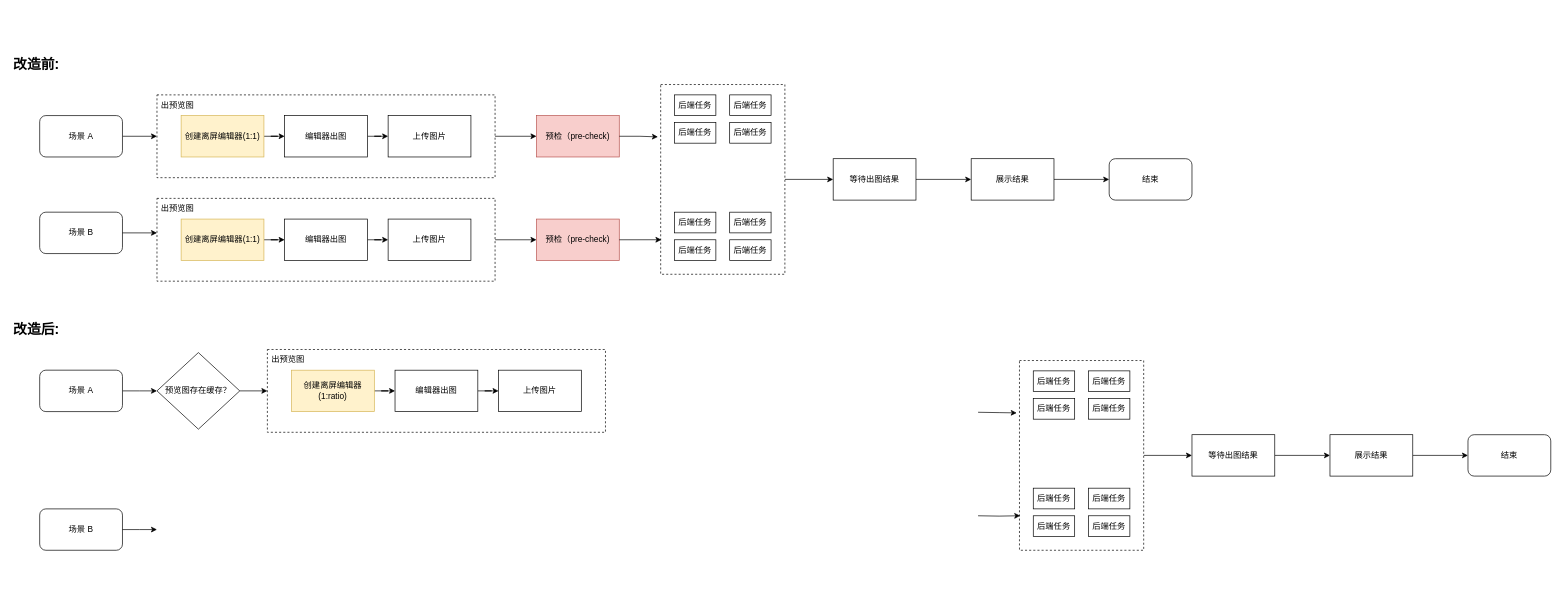
Above: worker/ai 背景图性能优化.drawio in TNT-Likely/diagrams (draw.io), before the change. Source tidied: cells renumbered, new cells numbered last; positions are measured from the earlier drawing's top-left corner, leaving out a move shared by most shapes. Both pictures are drawn from the tidied source at 69%, with x=0, y=0 at pixel (12, 53).
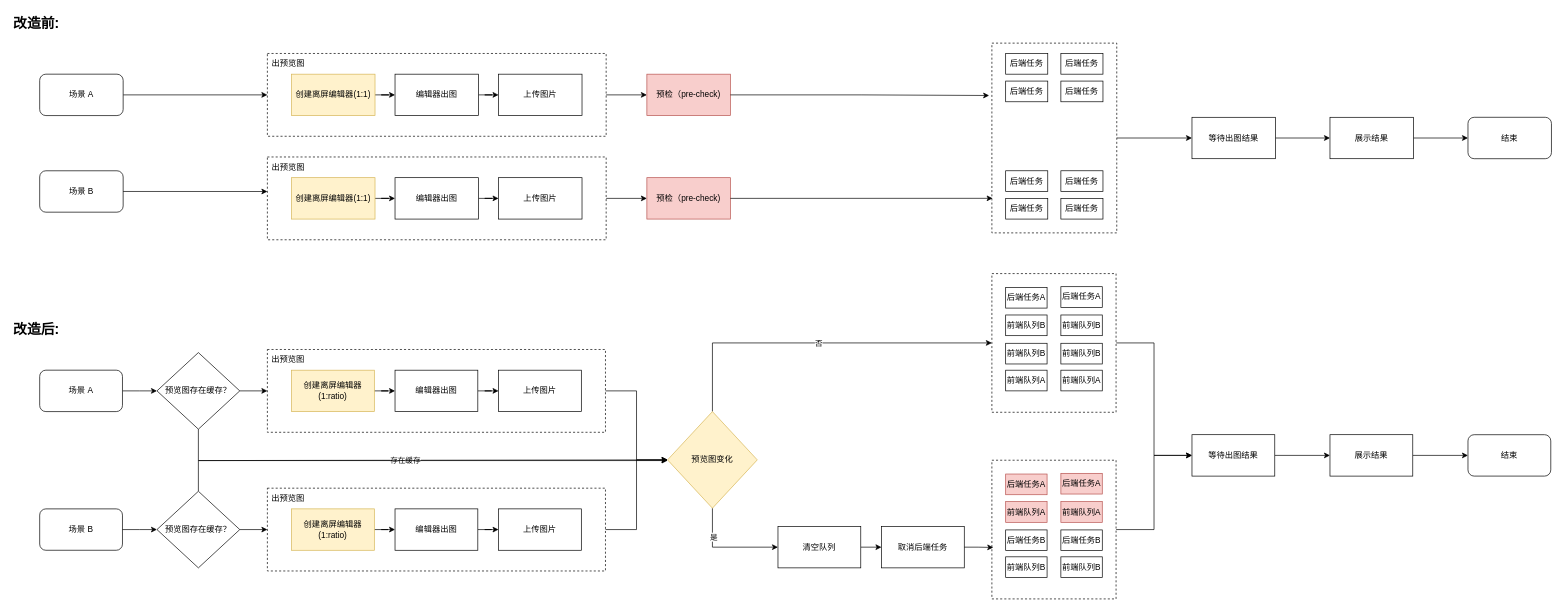
After the change.

Commit message:
更新ai 背景图性能优化.drawio

The change refers to these unchanged cells:
```xml
<mxCell id="62" value="等待出图结果" style="rounded=0;whiteSpace=wrap;html=1;" parent="1" vertex="1">
  <mxGeometry x="1710" y="552.5" width="120" height="60" as="geometry" />
</mxCell>
<mxCell id="67" value="预览图存在缓存？" style="rhombus;whiteSpace=wrap;html=1;" parent="1" vertex="1">
  <mxGeometry x="210" y="433.5" width="120" height="111" as="geometry" />
</mxCell>
<mxCell id="69" style="rounded=0;whiteSpace=wrap;html=1;dashed=1;" parent="68" vertex="1">
  <mxGeometry width="490" height="120" as="geometry" />
</mxCell>
```

Change to the diagram source:
```diff
@@
     <mxCell id="3" value="场景 A" style="rounded=1;whiteSpace=wrap;html=1;" parent="1" vertex="1">
-      <mxGeometry x="40" y="90" width="120" height="60" as="geometry" />
+      <mxGeometry x="40" y="30" width="121" height="60" as="geometry" />
     </mxCell>
     <mxCell id="4" value="场景 B" style="rounded=1;whiteSpace=wrap;html=1;" parent="1" vertex="1">
-      <mxGeometry x="40" y="230" width="120" height="60" as="geometry" />
+      <mxGeometry x="40" y="170" width="121" height="60" as="geometry" />
     </mxCell>
     <mxCell id="5" value="改造前:" style="text;html=1;strokeColor=none;fillColor=none;align=left;verticalAlign=middle;whiteSpace=wrap;rounded=0;fontStyle=1;fontSize=20;" parent="1" vertex="1">
-      <mxGeometry width="100" height="30" as="geometry" />
+      <mxGeometry y="-60" width="101" height="30" as="geometry" />
     </mxCell>
     <mxCell id="6" style="group;" parent="1" vertex="1">
-      <mxGeometry x="210" y="60" width="490" height="120" as="geometry" />
+      <mxGeometry x="370" width="491" height="120" as="geometry" />
     </mxCell>
     <mxCell id="7" style="rounded=0;whiteSpace=wrap;html=1;dashed=1;" parent="6" vertex="1">
-      <mxGeometry width="490" height="120" as="geometry" />
+      <mxGeometry width="491" height="120" as="geometry" />
     </mxCell>
@@
     <mxCell id="9" value="创建离屏编辑器(1:1)" style="rounded=0;whiteSpace=wrap;html=1;fillColor=#fff2cc;strokeColor=#d6b656;" parent="6" vertex="1">
-      <mxGeometry x="35" y="30" width="120" height="60" as="geometry" />
+      <mxGeometry x="35" y="30" width="121" height="60" as="geometry" />
     </mxCell>
@@
     <mxCell id="11" value="编辑器出图" style="rounded=0;whiteSpace=wrap;html=1;" parent="6" vertex="1">
-      <mxGeometry x="185" y="30" width="120" height="60" as="geometry" />
+      <mxGeometry x="185" y="30" width="121" height="60" as="geometry" />
     </mxCell>
     <mxCell id="12" value="上传图片" style="rounded=0;whiteSpace=wrap;html=1;" parent="6" vertex="1">
-      <mxGeometry x="335" y="30" width="120" height="60" as="geometry" />
+      <mxGeometry x="335" y="30" width="121" height="60" as="geometry" />
     </mxCell>
     <mxCell id="13" value="出预览图" style="text;html=1;strokeColor=none;fillColor=none;align=center;verticalAlign=middle;whiteSpace=wrap;rounded=0;" parent="6" vertex="1">
-      <mxGeometry width="60" height="30" as="geometry" />
+      <mxGeometry width="61" height="30" as="geometry" />
     </mxCell>
     <mxCell id="14" style="group;" parent="1" vertex="1">
-      <mxGeometry x="210" y="210" width="490" height="120" as="geometry" />
+      <mxGeometry x="370" y="150" width="491" height="120" as="geometry" />
     </mxCell>
     <mxCell id="15" style="rounded=0;whiteSpace=wrap;html=1;dashed=1;" parent="14" vertex="1">
-      <mxGeometry width="490" height="120" as="geometry" />
+      <mxGeometry width="491" height="120" as="geometry" />
     </mxCell>
@@
     <mxCell id="17" value="创建离屏编辑器(1:1)" style="rounded=0;whiteSpace=wrap;html=1;fillColor=#fff2cc;strokeColor=#d6b656;" parent="14" vertex="1">
-      <mxGeometry x="35" y="30" width="120" height="60" as="geometry" />
+      <mxGeometry x="35" y="30" width="121" height="60" as="geometry" />
     </mxCell>
@@
     <mxCell id="19" value="编辑器出图" style="rounded=0;whiteSpace=wrap;html=1;" parent="14" vertex="1">
-      <mxGeometry x="185" y="30" width="120" height="60" as="geometry" />
+      <mxGeometry x="185" y="30" width="121" height="60" as="geometry" />
     </mxCell>
     <mxCell id="20" value="上传图片" style="rounded=0;whiteSpace=wrap;html=1;" parent="14" vertex="1">
-      <mxGeometry x="335" y="30" width="120" height="60" as="geometry" />
+      <mxGeometry x="335" y="30" width="121" height="60" as="geometry" />
     </mxCell>
     <mxCell id="21" value="出预览图" style="text;html=1;strokeColor=none;fillColor=none;align=center;verticalAlign=middle;whiteSpace=wrap;rounded=0;" parent="14" vertex="1">
-      <mxGeometry width="60" height="30" as="geometry" />
+      <mxGeometry width="61" height="30" as="geometry" />
     </mxCell>
@@
     <mxCell id="23" value="预检（pre-check)" style="rounded=0;whiteSpace=wrap;html=1;fillColor=#f8cecc;strokeColor=#b85450;" parent="1" vertex="1">
-      <mxGeometry x="760" y="90" width="120" height="60" as="geometry" />
+      <mxGeometry x="920" y="30" width="121" height="60" as="geometry" />
     </mxCell>
     <mxCell id="24" value="预检（pre-check)" style="rounded=0;whiteSpace=wrap;html=1;fillColor=#f8cecc;strokeColor=#b85450;" parent="1" vertex="1">
-      <mxGeometry x="760" y="240" width="120" height="60" as="geometry" />
+      <mxGeometry x="920" y="180" width="121" height="60" as="geometry" />
     </mxCell>
@@
     <mxCell id="28" style="rounded=0;whiteSpace=wrap;html=1;dashed=1;" parent="1" vertex="1">
-      <mxGeometry x="940" y="45" width="180" height="275" as="geometry" />
+      <mxGeometry x="1420" y="-15" width="181" height="275" as="geometry" />
     </mxCell>
     <mxCell id="29" value="后端任务" style="rounded=0;whiteSpace=wrap;html=1;" parent="1" vertex="1">
-      <mxGeometry x="960" y="60" width="60" height="30" as="geometry" />
+      <mxGeometry x="1440" width="61" height="30" as="geometry" />
     </mxCell>
     <mxCell id="30" value="后端任务" style="rounded=0;whiteSpace=wrap;html=1;" parent="1" vertex="1">
-      <mxGeometry x="1040" y="60" width="60" height="30" as="geometry" />
+      <mxGeometry x="1520" width="61" height="30" as="geometry" />
     </mxCell>
     <mxCell id="31" value="后端任务" style="rounded=0;whiteSpace=wrap;html=1;" parent="1" vertex="1">
-      <mxGeometry x="960" y="100" width="60" height="30" as="geometry" />
+      <mxGeometry x="1440" y="40" width="61" height="30" as="geometry" />
     </mxCell>
     <mxCell id="32" value="后端任务" style="rounded=0;whiteSpace=wrap;html=1;" parent="1" vertex="1">
-      <mxGeometry x="1040" y="100" width="60" height="30" as="geometry" />
+      <mxGeometry x="1520" y="40" width="61" height="30" as="geometry" />
     </mxCell>
     <mxCell id="33" value="后端任务" style="rounded=0;whiteSpace=wrap;html=1;" parent="1" vertex="1">
-      <mxGeometry x="960" y="230" width="60" height="30" as="geometry" />
+      <mxGeometry x="1440" y="170" width="61" height="30" as="geometry" />
     </mxCell>
     <mxCell id="34" value="后端任务" style="rounded=0;whiteSpace=wrap;html=1;" parent="1" vertex="1">
-      <mxGeometry x="1040" y="230" width="60" height="30" as="geometry" />
+      <mxGeometry x="1520" y="170" width="61" height="30" as="geometry" />
     </mxCell>
     <mxCell id="35" value="后端任务" style="rounded=0;whiteSpace=wrap;html=1;" parent="1" vertex="1">
-      <mxGeometry x="960" y="270" width="60" height="30" as="geometry" />
+      <mxGeometry x="1440" y="210" width="61" height="30" as="geometry" />
     </mxCell>
     <mxCell id="36" value="后端任务" style="rounded=0;whiteSpace=wrap;html=1;" parent="1" vertex="1">
-      <mxGeometry x="1040" y="270" width="60" height="30" as="geometry" />
+      <mxGeometry x="1520" y="210" width="61" height="30" as="geometry" />
     </mxCell>
@@
     <mxCell id="40" value="等待出图结果" style="rounded=0;whiteSpace=wrap;html=1;" parent="1" vertex="1">
-      <mxGeometry x="1190" y="152.5" width="120" height="60" as="geometry" />
+      <mxGeometry x="1710" y="92.5" width="121" height="60" as="geometry" />
     </mxCell>
@@
     <mxCell id="42" value="展示结果" style="rounded=0;whiteSpace=wrap;html=1;" parent="1" vertex="1">
-      <mxGeometry x="1390" y="152.5" width="120" height="60" as="geometry" />
+      <mxGeometry x="1910" y="92.5" width="121" height="60" as="geometry" />
     </mxCell>
     <mxCell id="43" value="结束" style="rounded=1;whiteSpace=wrap;html=1;" parent="1" vertex="1">
-      <mxGeometry x="1590" y="152.5" width="120" height="60" as="geometry" />
+      <mxGeometry x="2110" y="92.5" width="121" height="60" as="geometry" />
     </mxCell>
@@
-    <mxCell id="49" style="edgeStyle=orthogonalEdgeStyle;rounded=0;jettySize=auto;html=1;exitX=1;exitY=0.5;exitDx=0;exitDy=0;entryX=0;entryY=0.5;entryDx=0;entryDy=0;" parent="1" edge="1" source="50" target="62">
-      <mxGeometry relative="1" as="geometry" />
-    </mxCell>
-    <mxCell id="50" style="rounded=0;whiteSpace=wrap;html=1;dashed=1;" parent="1" vertex="1">
-      <mxGeometry x="1460" y="445" width="180" height="275" as="geometry" />
-    </mxCell>
-    <mxCell id="51" value="后端任务" style="rounded=0;whiteSpace=wrap;html=1;" parent="1" vertex="1">
-      <mxGeometry x="1480" y="460" width="60" height="30" as="geometry" />
-    </mxCell>
-    <mxCell id="52" value="后端任务" style="rounded=0;whiteSpace=wrap;html=1;" parent="1" vertex="1">
-      <mxGeometry x="1560" y="460" width="60" height="30" as="geometry" />
-    </mxCell>
-    <mxCell id="53" value="后端任务" style="rounded=0;whiteSpace=wrap;html=1;" parent="1" vertex="1">
-      <mxGeometry x="1480" y="500" width="60" height="30" as="geometry" />
-    </mxCell>
-    <mxCell id="54" value="后端任务" style="rounded=0;whiteSpace=wrap;html=1;" parent="1" vertex="1">
-      <mxGeometry x="1560" y="500" width="60" height="30" as="geometry" />
-    </mxCell>
-    <mxCell id="55" value="后端任务" style="rounded=0;whiteSpace=wrap;html=1;" parent="1" vertex="1">
-      <mxGeometry x="1480" y="630" width="60" height="30" as="geometry" />
-    </mxCell>
-    <mxCell id="56" value="后端任务" style="rounded=0;whiteSpace=wrap;html=1;" parent="1" vertex="1">
-      <mxGeometry x="1560" y="630" width="60" height="30" as="geometry" />
-    </mxCell>
-    <mxCell id="57" value="后端任务" style="rounded=0;whiteSpace=wrap;html=1;" parent="1" vertex="1">
-      <mxGeometry x="1480" y="670" width="60" height="30" as="geometry" />
-    </mxCell>
-    <mxCell id="58" value="后端任务" style="rounded=0;whiteSpace=wrap;html=1;" parent="1" vertex="1">
-      <mxGeometry x="1560" y="670" width="60" height="30" as="geometry" />
-    </mxCell>
-    <mxCell id="59" style="edgeStyle=orthogonalEdgeStyle;rounded=0;jettySize=auto;html=1;exitX=1;exitY=0.5;exitDx=0;exitDy=0;entryX=-0.022;entryY=0.276;entryDx=0;entryDy=0;entryPerimeter=0;" parent="1" edge="1" target="50">
-      <mxGeometry relative="1" as="geometry">
-        <mxPoint x="1400" y="520" as="sourcePoint" />
-      </mxGeometry>
-    </mxCell>
-    <mxCell id="60" style="edgeStyle=orthogonalEdgeStyle;rounded=0;jettySize=auto;html=1;exitX=1;exitY=0.5;exitDx=0;exitDy=0;entryX=0.006;entryY=0.818;entryDx=0;entryDy=0;entryPerimeter=0;" parent="1" edge="1" target="50">
-      <mxGeometry relative="1" as="geometry">
-        <mxPoint x="1400" y="670" as="sourcePoint" />
-      </mxGeometry>
-    </mxCell>
@@
+    <mxCell id="76" style="edgeStyle=orthogonalEdgeStyle;rounded=0;jettySize=auto;html=1;exitX=0.5;exitY=1;exitDx=0;exitDy=0;entryX=0;entryY=0.5;entryDx=0;entryDy=0;" parent="1" edge="1" source="67" target="93">
+      <mxGeometry relative="1" as="geometry">
+        <Array as="points">
+          <mxPoint x="270" y="590" />
+        </Array>
+      </mxGeometry>
+    </mxCell>
+    <mxCell id="77" value="存在缓存" style="edgeLabel;html=1;align=center;verticalAlign=middle;" parent="76" vertex="1">
+      <mxGeometry x="-0.05" relative="1" as="geometry" />
+    </mxCell>
@@
+    <mxCell id="78" style="edgeStyle=orthogonalEdgeStyle;rounded=0;jettySize=auto;html=1;exitX=1;exitY=0.5;exitDx=0;exitDy=0;entryX=0;entryY=0.5;entryDx=0;entryDy=0;" parent="1" edge="1" source="80" target="82">
+      <mxGeometry relative="1" as="geometry" />
+    </mxCell>
+    <mxCell id="79" style="edgeStyle=orthogonalEdgeStyle;rounded=0;jettySize=auto;html=1;exitX=0.5;exitY=0;exitDx=0;exitDy=0;" parent="1" edge="1" source="80">
+      <mxGeometry relative="1" as="geometry">
+        <mxPoint x="950" y="590" as="targetPoint" />
+        <Array as="points">
+          <mxPoint x="270" y="590" />
+        </Array>
+      </mxGeometry>
+    </mxCell>
+    <mxCell id="80" value="预览图存在缓存？" style="rhombus;whiteSpace=wrap;html=1;" parent="1" vertex="1">
+      <mxGeometry x="210" y="634.5" width="120" height="111" as="geometry" />
+    </mxCell>
+    <mxCell id="81" style="group;" parent="1" vertex="1">
+      <mxGeometry x="370" y="630" width="490" height="120" as="geometry" />
+    </mxCell>
+    <mxCell id="82" style="rounded=0;whiteSpace=wrap;html=1;dashed=1;" parent="81" vertex="1">
+      <mxGeometry width="490" height="120" as="geometry" />
+    </mxCell>
+    <mxCell id="83" style="edgeStyle=orthogonalEdgeStyle;rounded=0;jettySize=auto;html=1;" parent="81" edge="1" source="84" target="86">
+      <mxGeometry relative="1" as="geometry" />
+    </mxCell>
+    <mxCell id="84" value="创建离屏编辑器(1:ratio)" style="rounded=0;whiteSpace=wrap;html=1;fillColor=#fff2cc;strokeColor=#d6b656;" parent="81" vertex="1">
+      <mxGeometry x="35" y="30" width="120" height="60" as="geometry" />
+    </mxCell>
+    <mxCell id="85" style="edgeStyle=orthogonalEdgeStyle;rounded=0;jettySize=auto;html=1;" parent="81" edge="1" source="86" target="87">
+      <mxGeometry relative="1" as="geometry" />
+    </mxCell>
+    <mxCell id="86" value="编辑器出图" style="rounded=0;whiteSpace=wrap;html=1;" parent="81" vertex="1">
+      <mxGeometry x="185" y="30" width="120" height="60" as="geometry" />
+    </mxCell>
+    <mxCell id="87" value="上传图片" style="rounded=0;whiteSpace=wrap;html=1;" parent="81" vertex="1">
+      <mxGeometry x="335" y="30" width="120" height="60" as="geometry" />
+    </mxCell>
+    <mxCell id="88" value="出预览图" style="text;html=1;strokeColor=none;fillColor=none;align=center;verticalAlign=middle;whiteSpace=wrap;rounded=0;" parent="81" vertex="1">
+      <mxGeometry width="60" height="30" as="geometry" />
+    </mxCell>
+    <mxCell id="89" style="edgeStyle=orthogonalEdgeStyle;rounded=0;jettySize=auto;html=1;exitX=0.5;exitY=1;exitDx=0;exitDy=0;entryX=0;entryY=0.5;entryDx=0;entryDy=0;" parent="1" edge="1" source="93" target="97">
+      <mxGeometry relative="1" as="geometry" />
+    </mxCell>
+    <mxCell id="90" value="是" style="edgeLabel;html=1;align=center;verticalAlign=middle;" parent="89" vertex="1">
+      <mxGeometry x="-0.46" y="1" relative="1" as="geometry" />
+    </mxCell>
+    <mxCell id="91" style="edgeStyle=orthogonalEdgeStyle;rounded=0;jettySize=auto;html=1;exitX=0.5;exitY=0;exitDx=0;exitDy=0;" parent="1" edge="1" source="93" target="100">
+      <mxGeometry relative="1" as="geometry" />
+    </mxCell>
+    <mxCell id="92" value="否" style="edgeLabel;html=1;align=center;verticalAlign=middle;" parent="91" vertex="1">
+      <mxGeometry relative="1" as="geometry">
+        <mxPoint x="1" y="1" as="offset" />
+      </mxGeometry>
+    </mxCell>
+    <mxCell id="93" value="预览图变化" style="rhombus;whiteSpace=wrap;html=1;fillColor=#fff2cc;strokeColor=#d6b656;" parent="1" vertex="1">
+      <mxGeometry x="950" y="519" width="130" height="140" as="geometry" />
+    </mxCell>
+    <mxCell id="94" style="edgeStyle=orthogonalEdgeStyle;rounded=0;jettySize=auto;html=1;exitX=1;exitY=0.5;exitDx=0;exitDy=0;entryX=0;entryY=0.5;entryDx=0;entryDy=0;" parent="1" edge="1" source="69" target="93">
+      <mxGeometry relative="1" as="geometry" />
+    </mxCell>
+    <mxCell id="95" style="edgeStyle=orthogonalEdgeStyle;rounded=0;jettySize=auto;html=1;exitX=1;exitY=0.5;exitDx=0;exitDy=0;" parent="1" edge="1" source="82" target="93">
+      <mxGeometry relative="1" as="geometry" />
+    </mxCell>
+    <mxCell id="96" style="edgeStyle=orthogonalEdgeStyle;rounded=0;jettySize=auto;html=1;exitX=1;exitY=0.5;exitDx=0;exitDy=0;entryX=0;entryY=0.5;entryDx=0;entryDy=0;" parent="1" edge="1" source="97" target="98">
+      <mxGeometry relative="1" as="geometry" />
+    </mxCell>
+    <mxCell id="97" value="清空队列" style="rounded=0;whiteSpace=wrap;html=1;" parent="1" vertex="1">
+      <mxGeometry x="1110" y="685.5" width="120" height="60" as="geometry" />
+    </mxCell>
+    <mxCell id="98" value="取消后端任务" style="rounded=0;whiteSpace=wrap;html=1;" parent="1" vertex="1">
+      <mxGeometry x="1260" y="685.5" width="120" height="60" as="geometry" />
+    </mxCell>
+    <mxCell id="99" style="edgeStyle=orthogonalEdgeStyle;rounded=0;jettySize=auto;html=1;exitX=1;exitY=0.5;exitDx=0;exitDy=0;entryX=0;entryY=0.5;entryDx=0;entryDy=0;" parent="1" edge="1" source="100" target="62">
+      <mxGeometry relative="1" as="geometry" />
+    </mxCell>
+    <mxCell id="100" style="rounded=0;whiteSpace=wrap;html=1;dashed=1;" parent="1" vertex="1">
+      <mxGeometry x="1420" y="319" width="180" height="201" as="geometry" />
+    </mxCell>
+    <mxCell id="101" value="后端任务A" style="rounded=0;whiteSpace=wrap;html=1;" parent="1" vertex="1">
+      <mxGeometry x="1440" y="339" width="60" height="30" as="geometry" />
+    </mxCell>
+    <mxCell id="102" value="后端任务A" style="rounded=0;whiteSpace=wrap;html=1;" parent="1" vertex="1">
+      <mxGeometry x="1520" y="338" width="60" height="30" as="geometry" />
+    </mxCell>
+    <mxCell id="103" value="前端队列B" style="rounded=0;whiteSpace=wrap;html=1;" parent="1" vertex="1">
+      <mxGeometry x="1440" y="379" width="60" height="30" as="geometry" />
+    </mxCell>
+    <mxCell id="104" value="前端队列B" style="rounded=0;whiteSpace=wrap;html=1;" parent="1" vertex="1">
+      <mxGeometry x="1520" y="379" width="60" height="30" as="geometry" />
+    </mxCell>
+    <mxCell id="105" value="前端队列B" style="rounded=0;whiteSpace=wrap;html=1;" parent="1" vertex="1">
+      <mxGeometry x="1440" y="420" width="60" height="30" as="geometry" />
+    </mxCell>
+    <mxCell id="106" value="前端队列B" style="rounded=0;whiteSpace=wrap;html=1;" parent="1" vertex="1">
+      <mxGeometry x="1520" y="420" width="60" height="30" as="geometry" />
+    </mxCell>
+    <mxCell id="107" value="前端队列A" style="rounded=0;whiteSpace=wrap;html=1;" parent="1" vertex="1">
+      <mxGeometry x="1440" y="459" width="60" height="30" as="geometry" />
+    </mxCell>
+    <mxCell id="108" value="前端队列A" style="rounded=0;whiteSpace=wrap;html=1;" parent="1" vertex="1">
+      <mxGeometry x="1520" y="459" width="60" height="30" as="geometry" />
+    </mxCell>
+    <mxCell id="109" style="edgeStyle=orthogonalEdgeStyle;rounded=0;jettySize=auto;html=1;exitX=1;exitY=0.5;exitDx=0;exitDy=0;entryX=0;entryY=0.5;entryDx=0;entryDy=0;" parent="1" edge="1" source="110" target="62">
+      <mxGeometry relative="1" as="geometry" />
+    </mxCell>
+    <mxCell id="110" style="rounded=0;whiteSpace=wrap;html=1;dashed=1;" parent="1" vertex="1">
+      <mxGeometry x="1420" y="589.5" width="180" height="201" as="geometry" />
+    </mxCell>
+    <mxCell id="111" value="后端任务A" style="rounded=0;whiteSpace=wrap;html=1;fillColor=#f8cecc;strokeColor=#b85450;" parent="1" vertex="1">
+      <mxGeometry x="1440" y="609.5" width="60" height="30" as="geometry" />
+    </mxCell>
+    <mxCell id="112" value="后端任务A" style="rounded=0;whiteSpace=wrap;html=1;fillColor=#f8cecc;strokeColor=#b85450;" parent="1" vertex="1">
+      <mxGeometry x="1520" y="608.5" width="60" height="30" as="geometry" />
+    </mxCell>
+    <mxCell id="113" value="前端队列A" style="rounded=0;whiteSpace=wrap;html=1;fillColor=#f8cecc;strokeColor=#b85450;" parent="1" vertex="1">
+      <mxGeometry x="1440" y="649.5" width="60" height="30" as="geometry" />
+    </mxCell>
+    <mxCell id="114" value="前端队列A" style="rounded=0;whiteSpace=wrap;html=1;fillColor=#f8cecc;strokeColor=#b85450;" parent="1" vertex="1">
+      <mxGeometry x="1520" y="649.5" width="60" height="30" as="geometry" />
+    </mxCell>
+    <mxCell id="115" value="后端任务B" style="rounded=0;whiteSpace=wrap;html=1;" parent="1" vertex="1">
+      <mxGeometry x="1440" y="690.5" width="60" height="30" as="geometry" />
+    </mxCell>
+    <mxCell id="116" value="后端任务B" style="rounded=0;whiteSpace=wrap;html=1;" parent="1" vertex="1">
+      <mxGeometry x="1520" y="690.5" width="60" height="30" as="geometry" />
+    </mxCell>
+    <mxCell id="117" value="前端队列B" style="rounded=0;whiteSpace=wrap;html=1;" parent="1" vertex="1">
+      <mxGeometry x="1440" y="729.5" width="60" height="30" as="geometry" />
+    </mxCell>
+    <mxCell id="118" value="前端队列B" style="rounded=0;whiteSpace=wrap;html=1;" parent="1" vertex="1">
+      <mxGeometry x="1520" y="729.5" width="60" height="30" as="geometry" />
+    </mxCell>
+    <mxCell id="119" style="edgeStyle=orthogonalEdgeStyle;rounded=0;jettySize=auto;html=1;exitX=1;exitY=0.5;exitDx=0;exitDy=0;entryX=0.011;entryY=0.629;entryDx=0;entryDy=0;entryPerimeter=0;" parent="1" edge="1" source="98" target="110">
+      <mxGeometry relative="1" as="geometry" />
+    </mxCell>
```
